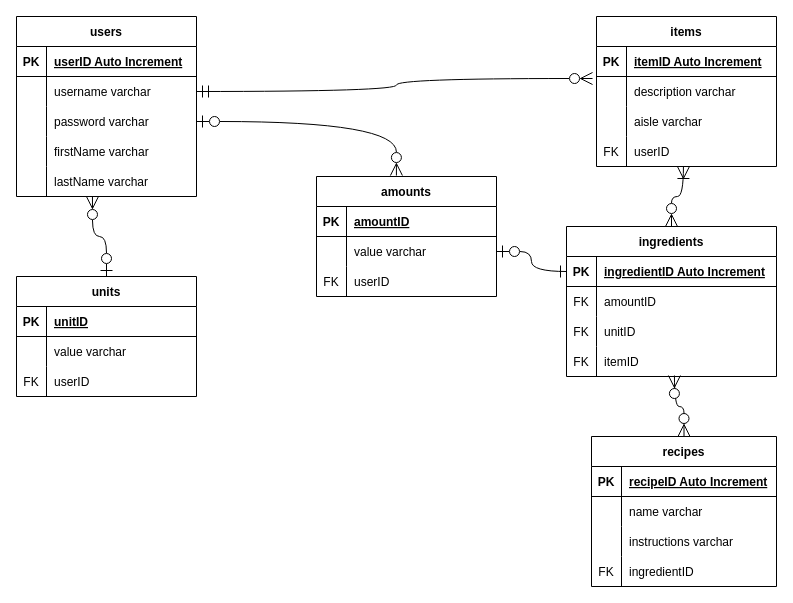
squeekems/groceriesbyrecipe keeps this draw.io diagram as GBR ERD.drawio. Above is the earlier version. Source tidied: cells renumbered, new cells numbered last; positions are measured from the earlier drawing's top-left corner, leaving out a move shared by most shapes. Both pictures are drawn from the tidied source at 100%, with x=0, y=0 at pixel (16, 16).
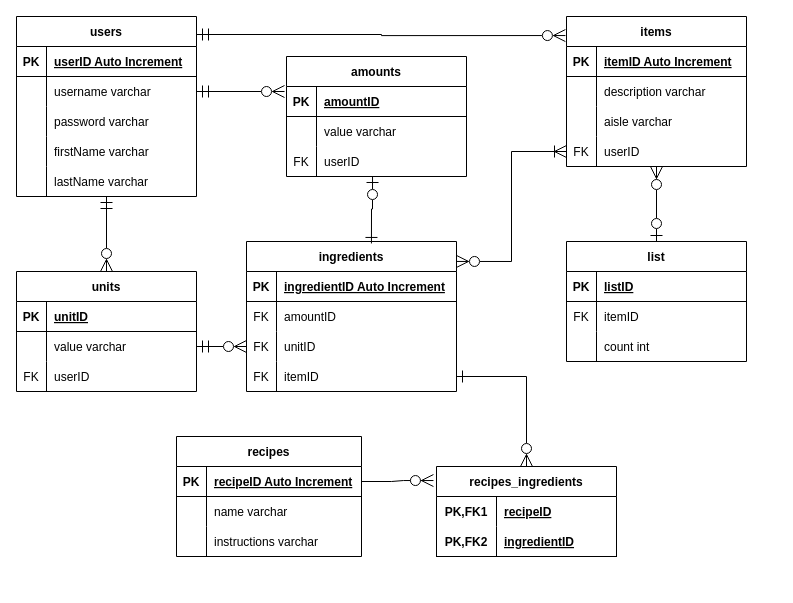
After the change.

Unchanged cells that the change refers to:
```xml
<mxCell id="2" value="users" style="shape=table;startSize=30;childLayout=tableLayout;rowLines=0;fontStyle=1;align=center;rounded=0;shadow=0;sketch=0;fillColor=#FFFFFF;backgroundOutline=0;fillOpacity=100;strokeOpacity=100;noLabel=0;" parent="1" vertex="1">
  <mxGeometry width="180" height="180" as="geometry" />
</mxCell>
<mxCell id="6" style="shape=tableRow;horizontal=0;startSize=0;swimlaneHead=0;swimlaneBody=0;fillColor=none;points=[[0,0.5],[1,0.5]];portConstraint=eastwest;top=0;left=0;right=0;bottom=0;" parent="2" vertex="1">
  <mxGeometry y="60" width="180" height="30" as="geometry" />
</mxCell>
<mxCell id="9" style="shape=tableRow;horizontal=0;startSize=0;swimlaneHead=0;swimlaneBody=0;fillColor=none;points=[[0,0.5],[1,0.5]];portConstraint=eastwest;top=0;left=0;right=0;bottom=0;" parent="2" vertex="1">
  <mxGeometry y="90" width="180" height="30" as="geometry" />
</mxCell>
<mxCell id="15" style="shape=tableRow;horizontal=0;startSize=0;swimlaneHead=0;swimlaneBody=0;fillColor=none;points=[[0,0.5],[1,0.5]];portConstraint=eastwest;top=0;left=0;right=0;bottom=0;" parent="2" vertex="1">
  <mxGeometry y="150" width="180" height="30" as="geometry" />
</mxCell>
<mxCell id="24" style="shape=tableRow;horizontal=0;startSize=0;swimlaneHead=0;swimlaneBody=0;fillColor=none;points=[[0,0.5],[1,0.5]];portConstraint=eastwest;top=0;left=0;right=0;bottom=0;rounded=0;shadow=0;sketch=0;" parent="20" vertex="1">
  <mxGeometry y="60" width="180" height="30" as="geometry" />
</mxCell>
<mxCell id="30" style="shape=tableRow;horizontal=0;startSize=0;swimlaneHead=0;swimlaneBody=0;fillColor=none;points=[[0,0.5],[1,0.5]];portConstraint=eastwest;top=0;left=0;right=0;bottom=0;rounded=0;shadow=0;sketch=0;" parent="20" vertex="1">
  <mxGeometry y="120" width="180" height="30" as="geometry" />
</mxCell>
<mxCell id="36" style="shape=tableRow;horizontal=0;startSize=0;swimlaneHead=0;swimlaneBody=0;fillColor=none;points=[[0,0.5],[1,0.5]];portConstraint=eastwest;top=0;left=0;right=0;bottom=1;rounded=0;shadow=0;sketch=0;" parent="35" vertex="1">
  <mxGeometry y="30" width="210" height="30" as="geometry" />
</mxCell>
<mxCell id="42" style="shape=tableRow;horizontal=0;startSize=0;swimlaneHead=0;swimlaneBody=0;fillColor=none;points=[[0,0.5],[1,0.5]];portConstraint=eastwest;top=0;left=0;right=0;bottom=0;rounded=0;shadow=0;sketch=0;" parent="35" vertex="1">
  <mxGeometry y="90" width="210" height="30" as="geometry" />
</mxCell>
<mxCell id="45" style="shape=tableRow;horizontal=0;startSize=0;swimlaneHead=0;swimlaneBody=0;fillColor=none;points=[[0,0.5],[1,0.5]];portConstraint=eastwest;top=0;left=0;right=0;bottom=0;rounded=0;shadow=0;sketch=0;" parent="35" vertex="1">
  <mxGeometry y="120" width="210" height="30" as="geometry" />
</mxCell>
<mxCell id="50" style="shape=tableRow;horizontal=0;startSize=0;swimlaneHead=0;swimlaneBody=0;fillColor=none;points=[[0,0.5],[1,0.5]];portConstraint=eastwest;top=0;left=0;right=0;bottom=1;rounded=0;shadow=0;sketch=0;" parent="49" vertex="1">
  <mxGeometry y="30" width="185" height="30" as="geometry" />
</mxCell>
<mxCell id="63" style="shape=tableRow;horizontal=0;startSize=0;swimlaneHead=0;swimlaneBody=0;fillColor=none;points=[[0,0.5],[1,0.5]];portConstraint=eastwest;top=0;left=0;right=0;bottom=1;" parent="62" vertex="1">
  <mxGeometry y="30" width="180" height="30" as="geometry" />
</mxCell>
<mxCell id="66" style="shape=tableRow;horizontal=0;startSize=0;swimlaneHead=0;swimlaneBody=0;fillColor=none;points=[[0,0.5],[1,0.5]];portConstraint=eastwest;top=0;left=0;right=0;bottom=0;" parent="62" vertex="1">
  <mxGeometry y="60" width="180" height="30" as="geometry" />
</mxCell>
<mxCell id="69" style="shape=tableRow;horizontal=0;startSize=0;swimlaneHead=0;swimlaneBody=0;fillColor=none;points=[[0,0.5],[1,0.5]];portConstraint=eastwest;top=0;left=0;right=0;bottom=0;" parent="62" vertex="1">
  <mxGeometry y="90" width="180" height="30" as="geometry" />
</mxCell>
<mxCell id="76" style="shape=tableRow;horizontal=0;startSize=0;swimlaneHead=0;swimlaneBody=0;fillColor=none;points=[[0,0.5],[1,0.5]];portConstraint=eastwest;top=0;left=0;right=0;bottom=0;" parent="72" vertex="1">
  <mxGeometry y="60" width="180" height="30" as="geometry" />
</mxCell>
```

What changed in the source:
```diff
@@
+    <mxCell id="85" style="edgeStyle=orthogonalEdgeStyle;jettySize=auto;html=1;entryX=0.5;entryY=0;entryDx=0;entryDy=0;startArrow=ERmandOne;startFill=0;endArrow=ERzeroToMany;endFill=0;startSize=10;endSize=10;rounded=0;" parent="1" edge="1" source="2" target="72">
+      <mxGeometry relative="1" as="geometry" />
+    </mxCell>
@@
-    <mxCell id="18" style="shape=tableRow;horizontal=0;startSize=0;swimlaneHead=0;swimlaneBody=0;fillColor=none;top=0;left=0;right=0;bottom=0;" parent="1" vertex="1">
-      <mxGeometry x="450" y="270" width="180" height="30" as="geometry" />
-    </mxCell>
-    <mxCell id="19" style="shape=partialRectangle;fillColor=none;top=0;left=0;bottom=0;right=0;overflow=hidden;" parent="18" vertex="1">
-      <mxGeometry width="30" height="30" as="geometry" />
-    </mxCell>
+    <mxCell id="86" style="edgeStyle=orthogonalEdgeStyle;jettySize=auto;html=1;entryX=0.5;entryY=0;entryDx=0;entryDy=0;startArrow=ERzeroToMany;startFill=0;endArrow=ERzeroToOne;endFill=0;startSize=10;endSize=10;rounded=0;" parent="1" edge="1" source="20" target="95">
+      <mxGeometry relative="1" as="geometry" />
+    </mxCell>
     <mxCell id="20" value="items" style="shape=table;startSize=30;childLayout=tableLayout;rowLines=0;fontStyle=1;align=center;rounded=0;shadow=0;sketch=0;fillColor=#FFFFFF;" parent="1" vertex="1">
-      <mxGeometry x="580" width="180" height="150" as="geometry" />
+      <mxGeometry x="550" width="180" height="150" as="geometry" />
     </mxCell>
@@
-    <mxCell id="33" style="edgeStyle=orthogonalEdgeStyle;fontSize=12;html=1;endArrow=ERzeroToMany;startArrow=ERzeroToMany;rounded=0;targetPerimeterSpacing=0;endSize=10;startSize=10;curved=1;exitX=0.5;exitY=0;exitDx=0;exitDy=0;entryX=0.514;entryY=0.967;entryDx=0;entryDy=0;entryPerimeter=0;startFill=0;" parent="1" edge="1" source="49" target="45">
-      <mxGeometry relative="1" as="geometry" />
-    </mxCell>
-    <mxCell id="34" style="edgeStyle=orthogonalEdgeStyle;fontSize=12;html=1;endArrow=ERzeroToMany;startArrow=ERmandOne;rounded=0;targetPerimeterSpacing=0;endSize=10;startSize=10;exitX=1;exitY=0.5;exitDx=0;exitDy=0;endFill=0;curved=1;entryX=-0.022;entryY=0.067;entryDx=0;entryDy=0;entryPerimeter=0;" parent="1" edge="1" source="6" target="24">
+    <mxCell id="34" style="edgeStyle=orthogonalEdgeStyle;fontSize=12;html=1;endArrow=ERzeroToMany;startArrow=ERmandOne;rounded=0;targetPerimeterSpacing=0;endSize=10;startSize=10;exitX=1;exitY=0.1;exitDx=0;exitDy=0;endFill=0;entryX=-0.006;entryY=0.127;entryDx=0;entryDy=0;entryPerimeter=0;exitPerimeter=0;" parent="1" edge="1" source="2" target="20">
       <mxGeometry relative="1" as="geometry" />
     </mxCell>
+    <mxCell id="87" style="edgeStyle=orthogonalEdgeStyle;jettySize=auto;html=1;entryX=0.5;entryY=0;entryDx=0;entryDy=0;startArrow=ERone;startFill=0;endArrow=ERzeroToMany;endFill=0;startSize=10;endSize=10;exitX=1;exitY=0.5;exitDx=0;exitDy=0;rounded=0;" parent="1" edge="1" source="45" target="88">
+      <mxGeometry relative="1" as="geometry" />
+    </mxCell>
     <mxCell id="35" value="ingredients" style="shape=table;startSize=30;childLayout=tableLayout;rowLines=0;fontStyle=1;align=center;rounded=0;shadow=0;sketch=0;fillColor=#FFFFFF;" parent="1" vertex="1">
-      <mxGeometry x="550" y="210" width="210" height="150" as="geometry" />
+      <mxGeometry x="230" y="225" width="210" height="150" as="geometry" />
     </mxCell>
@@
-    <mxCell id="48" style="fontSize=12;html=1;endArrow=ERoneToMany;startArrow=ERzeroToMany;rounded=0;targetPerimeterSpacing=0;endSize=10;startSize=10;entryX=0.483;entryY=1;entryDx=0;entryDy=0;entryPerimeter=0;exitX=0.5;exitY=0;exitDx=0;exitDy=0;edgeStyle=orthogonalEdgeStyle;curved=1;endFill=0;startFill=0;" parent="1" edge="1" source="35" target="30">
+    <mxCell id="48" style="fontSize=12;html=1;endArrow=ERoneToMany;startArrow=ERzeroToMany;rounded=0;targetPerimeterSpacing=0;endSize=10;startSize=10;entryX=0;entryY=0.5;entryDx=0;entryDy=0;exitX=1;exitY=0.133;exitDx=0;exitDy=0;edgeStyle=orthogonalEdgeStyle;endFill=0;startFill=0;exitPerimeter=0;" parent="1" edge="1" source="35" target="30">
       <mxGeometry relative="1" as="geometry" />
     </mxCell>
     <mxCell id="49" value="recipes" style="shape=table;startSize=30;childLayout=tableLayout;rowLines=0;fontStyle=1;align=center;rounded=0;shadow=0;sketch=0;fillColor=#FFFFFF;" parent="1" vertex="1">
-      <mxGeometry x="575" y="420" width="185" height="150" as="geometry" />
+      <mxGeometry x="160" y="420" width="185" height="120" as="geometry" />
     </mxCell>
@@
-    <mxCell id="59" style="shape=tableRow;horizontal=0;startSize=0;swimlaneHead=0;swimlaneBody=0;fillColor=none;top=0;left=0;right=0;bottom=0;rounded=0;shadow=0;sketch=0;" parent="49" vertex="1">
-      <mxGeometry y="120" width="185" height="30" as="geometry" />
-    </mxCell>
-    <mxCell id="60" value="FK" style="shape=partialRectangle;fillColor=none;top=0;left=0;bottom=0;right=0;overflow=hidden;rounded=0;shadow=0;sketch=0;" parent="59" vertex="1">
-      <mxGeometry width="30" height="30" as="geometry" />
-    </mxCell>
-    <mxCell id="61" value="ingredientID" style="shape=partialRectangle;fillColor=none;top=0;left=0;bottom=0;right=0;align=left;spacingLeft=6;overflow=hidden;rounded=0;shadow=0;sketch=0;" parent="59" vertex="1">
-      <mxGeometry x="30" width="155" height="30" as="geometry" />
-    </mxCell>
     <mxCell id="62" value="amounts" style="shape=table;startSize=30;childLayout=tableLayout;rowLines=0;fontStyle=1;align=center;" parent="1" vertex="1">
-      <mxGeometry x="300" y="160" width="180" height="120" as="geometry" />
+      <mxGeometry x="270" y="40" width="180" height="120" as="geometry" />
     </mxCell>
@@
     <mxCell id="72" value="units" style="shape=table;startSize=30;childLayout=tableLayout;rowLines=0;fontStyle=1;align=center;" parent="1" vertex="1">
-      <mxGeometry y="260" width="180" height="120" as="geometry" />
+      <mxGeometry y="255" width="180" height="120" as="geometry" />
     </mxCell>
@@
-    <mxCell id="82" style="edgeStyle=orthogonalEdgeStyle;jettySize=auto;html=1;exitX=0.422;exitY=1;exitDx=0;exitDy=0;entryX=0.5;entryY=0;entryDx=0;entryDy=0;startArrow=ERzeroToMany;startFill=0;endArrow=ERzeroToOne;endFill=0;endSize=10;startSize=10;curved=1;exitPerimeter=0;" parent="1" edge="1" source="15" target="72">
-      <mxGeometry relative="1" as="geometry" />
-    </mxCell>
-    <mxCell id="83" style="edgeStyle=orthogonalEdgeStyle;curved=1;jettySize=auto;html=1;entryX=1;entryY=0.5;entryDx=0;entryDy=0;startArrow=ERone;startFill=0;endArrow=ERzeroToOne;endFill=0;startSize=10;endSize=10;exitX=0;exitY=0.5;exitDx=0;exitDy=0;" parent="1" edge="1" source="36" target="66">
+    <mxCell id="83" style="edgeStyle=orthogonalEdgeStyle;jettySize=auto;html=1;entryX=0.478;entryY=1;entryDx=0;entryDy=0;startArrow=ERone;startFill=0;endArrow=ERzeroToOne;endFill=0;startSize=10;endSize=10;exitX=0.595;exitY=0.013;exitDx=0;exitDy=0;entryPerimeter=0;rounded=0;exitPerimeter=0;" parent="1" edge="1" source="35" target="69">
       <mxGeometry relative="1" as="geometry" />
     </mxCell>
-    <mxCell id="84" style="edgeStyle=orthogonalEdgeStyle;jettySize=auto;html=1;exitX=0.444;exitY=-0.008;exitDx=0;exitDy=0;entryX=1;entryY=0.5;entryDx=0;entryDy=0;startArrow=ERzeroToMany;startFill=0;endArrow=ERzeroToOne;endFill=0;endSize=10;startSize=10;curved=1;exitPerimeter=0;" parent="1" edge="1" source="62" target="9">
-      <mxGeometry relative="1" as="geometry">
-        <Array as="points">
-          <mxPoint x="380" y="105" />
-        </Array>
-      </mxGeometry>
-    </mxCell>
+    <mxCell id="88" value="recipes_ingredients" style="shape=table;startSize=30;childLayout=tableLayout;rowLines=0;fontStyle=1;align=center;" parent="1" vertex="1">
+      <mxGeometry x="420" y="450" width="180" height="90" as="geometry" />
+    </mxCell>
+    <mxCell id="89" style="shape=tableRow;horizontal=0;startSize=0;swimlaneHead=0;swimlaneBody=0;fillColor=none;top=0;left=0;right=0;bottom=0;" parent="88" vertex="1">
+      <mxGeometry y="30" width="180" height="30" as="geometry" />
+    </mxCell>
+    <mxCell id="90" value="PK,FK1" style="shape=partialRectangle;fillColor=none;top=0;left=0;bottom=0;right=0;fontStyle=1;overflow=hidden;" parent="89" vertex="1">
+      <mxGeometry width="60" height="30" as="geometry" />
+    </mxCell>
+    <mxCell id="91" value="recipeID" style="shape=partialRectangle;fillColor=none;top=0;left=0;bottom=0;right=0;align=left;spacingLeft=6;fontStyle=5;overflow=hidden;" parent="89" vertex="1">
+      <mxGeometry x="60" width="120" height="30" as="geometry" />
+    </mxCell>
+    <mxCell id="92" style="shape=tableRow;horizontal=0;startSize=0;swimlaneHead=0;swimlaneBody=0;fillColor=none;top=0;left=0;right=0;bottom=1;" parent="88" vertex="1">
+      <mxGeometry y="60" width="180" height="30" as="geometry" />
+    </mxCell>
+    <mxCell id="93" value="PK,FK2" style="shape=partialRectangle;fillColor=none;top=0;left=0;bottom=0;right=0;fontStyle=1;overflow=hidden;" parent="92" vertex="1">
+      <mxGeometry width="60" height="30" as="geometry" />
+    </mxCell>
+    <mxCell id="61" value="ingredientID" style="shape=partialRectangle;fillColor=none;top=0;left=0;bottom=0;right=0;align=left;spacingLeft=6;fontStyle=5;overflow=hidden;" parent="92" vertex="1">
+      <mxGeometry x="60" width="120" height="30" as="geometry" />
+    </mxCell>
+    <mxCell id="94" style="edgeStyle=entityRelationEdgeStyle;fontSize=12;html=1;endArrow=ERzeroToMany;endFill=1;exitX=1;exitY=0.5;exitDx=0;exitDy=0;entryX=-0.017;entryY=0.156;entryDx=0;entryDy=0;entryPerimeter=0;endSize=10;startSize=10;rounded=0;" parent="1" edge="1" source="50" target="88">
+      <mxGeometry relative="1" as="geometry" />
+    </mxCell>
+    <mxCell id="95" value="list" style="shape=table;startSize=30;childLayout=tableLayout;rowLines=0;fontStyle=1;align=center;" parent="1" vertex="1">
+      <mxGeometry x="550" y="225" width="180" height="120" as="geometry" />
+    </mxCell>
+    <mxCell id="96" style="shape=tableRow;horizontal=0;startSize=0;swimlaneHead=0;swimlaneBody=0;fillColor=none;top=0;left=0;right=0;bottom=1;" parent="95" vertex="1">
+      <mxGeometry y="30" width="180" height="30" as="geometry" />
+    </mxCell>
+    <mxCell id="97" value="PK" style="shape=partialRectangle;fillColor=none;top=0;left=0;bottom=0;right=0;fontStyle=1;overflow=hidden;" parent="96" vertex="1">
+      <mxGeometry width="30" height="30" as="geometry" />
+    </mxCell>
+    <mxCell id="98" value="listID" style="shape=partialRectangle;fillColor=none;top=0;left=0;bottom=0;right=0;align=left;spacingLeft=6;fontStyle=5;overflow=hidden;" parent="96" vertex="1">
+      <mxGeometry x="30" width="150" height="30" as="geometry" />
+    </mxCell>
+    <mxCell id="99" style="shape=tableRow;horizontal=0;startSize=0;swimlaneHead=0;swimlaneBody=0;fillColor=none;top=0;left=0;right=0;bottom=0;" parent="95" vertex="1">
+      <mxGeometry y="60" width="180" height="30" as="geometry" />
+    </mxCell>
+    <mxCell id="60" value="FK" style="shape=partialRectangle;fillColor=none;top=0;left=0;bottom=0;right=0;overflow=hidden;" parent="99" vertex="1">
+      <mxGeometry width="30" height="30" as="geometry" />
+    </mxCell>
+    <mxCell id="100" value="itemID" style="shape=partialRectangle;fillColor=none;top=0;left=0;bottom=0;right=0;align=left;spacingLeft=6;overflow=hidden;" parent="99" vertex="1">
+      <mxGeometry x="30" width="150" height="30" as="geometry" />
+    </mxCell>
+    <mxCell id="101" style="shape=tableRow;horizontal=0;startSize=0;swimlaneHead=0;swimlaneBody=0;fillColor=none;top=0;left=0;right=0;bottom=0;" parent="95" vertex="1">
+      <mxGeometry y="90" width="180" height="30" as="geometry" />
+    </mxCell>
+    <mxCell id="19" style="shape=partialRectangle;fillColor=none;top=0;left=0;bottom=0;right=0;overflow=hidden;" parent="101" vertex="1">
+      <mxGeometry width="30" height="30" as="geometry" />
+    </mxCell>
+    <mxCell id="102" value="count int" style="shape=partialRectangle;fillColor=none;top=0;left=0;bottom=0;right=0;align=left;spacingLeft=6;overflow=hidden;" parent="101" vertex="1">
+      <mxGeometry x="30" width="150" height="30" as="geometry" />
+    </mxCell>
+    <mxCell id="103" style="edgeStyle=orthogonalEdgeStyle;jettySize=auto;html=1;entryX=-0.011;entryY=0.167;entryDx=0;entryDy=0;entryPerimeter=0;startArrow=ERmandOne;startFill=0;endArrow=ERzeroToMany;endFill=0;startSize=10;endSize=10;rounded=0;" parent="1" edge="1" source="6" target="63">
+      <mxGeometry relative="1" as="geometry" />
+    </mxCell>
+    <mxCell id="104" style="edgeStyle=orthogonalEdgeStyle;rounded=0;jettySize=auto;html=1;entryX=0;entryY=0.5;entryDx=0;entryDy=0;startArrow=ERmandOne;startFill=0;endArrow=ERzeroToMany;endFill=0;startSize=10;endSize=10;" parent="1" edge="1" source="76" target="42">
+      <mxGeometry relative="1" as="geometry" />
+    </mxCell>
```
